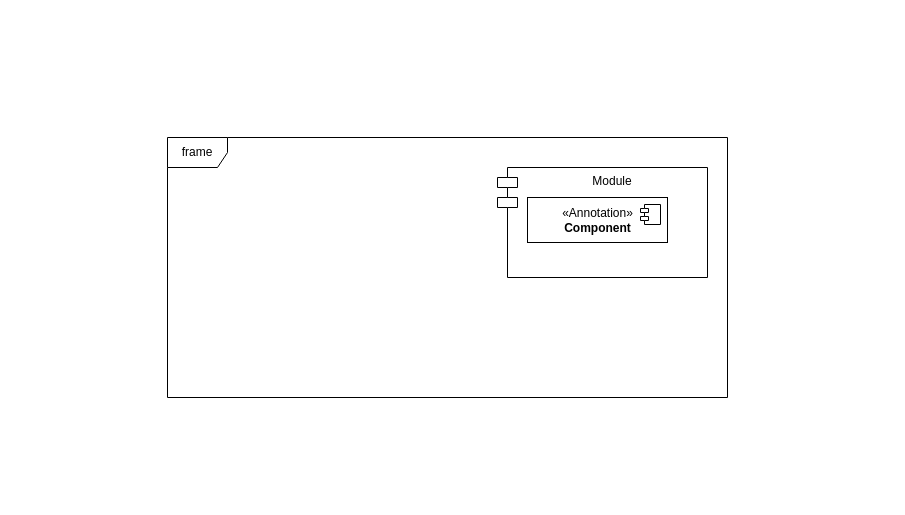
Above: Untitled Diagram.drawio in gg2herry/drawio (draw.io), before the change. Source tidied: cells renumbered, new cells numbered last; positions are measured from the earlier drawing's top-left corner, leaving out a move shared by most shapes. Both pictures are drawn from the tidied source at 100%, with x=0, y=0 at pixel (167, 137).
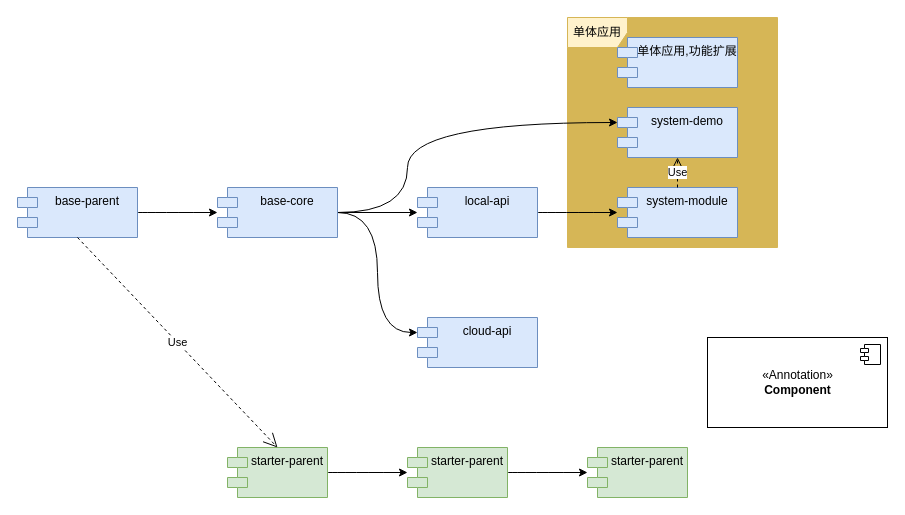
After the change.

What changed in the source:
```diff
@@
+    <mxCell id="6" value="单体应用" style="shape=umlFrame;whiteSpace=wrap;html=1;fillColor=#fff2cc;strokeColor=#d6b656;shadow=0;perimeterSpacing=0;swimlaneFillColor=#D6B656;" parent="1" vertex="1">
+      <mxGeometry x="400" y="-120" width="210" height="230" as="geometry" />
+    </mxCell>
+    <mxCell id="7" style="edgeStyle=orthogonalEdgeStyle;rounded=0;jettySize=auto;html=1;" parent="1" edge="1" source="2" target="9">
+      <mxGeometry relative="1" as="geometry" />
+    </mxCell>
+    <mxCell id="8" style="edgeStyle=orthogonalEdgeStyle;curved=1;rounded=0;jettySize=auto;html=1;" parent="1" edge="1" source="9" target="14">
+      <mxGeometry relative="1" as="geometry" />
+    </mxCell>
+    <mxCell id="9" value="local-api" style="shape=module;align=left;spacingLeft=20;align=center;verticalAlign=top;fillColor=#dae8fc;strokeColor=#6c8ebf;" parent="1" vertex="1">
+      <mxGeometry x="250" y="50" width="120" height="50" as="geometry" />
+    </mxCell>
+    <mxCell id="10" value="cloud-api" style="shape=module;align=left;spacingLeft=20;align=center;verticalAlign=top;fillColor=#dae8fc;strokeColor=#6c8ebf;" parent="1" vertex="1">
+      <mxGeometry x="250" y="180" width="120" height="50" as="geometry" />
+    </mxCell>
+    <mxCell id="11" value="system-demo" style="shape=module;align=left;spacingLeft=20;align=center;verticalAlign=top;fillColor=#dae8fc;strokeColor=#6c8ebf;" parent="1" vertex="1">
+      <mxGeometry x="450" y="-30" width="120" height="50" as="geometry" />
+    </mxCell>
+    <mxCell id="12" style="edgeStyle=orthogonalEdgeStyle;curved=1;rounded=0;jettySize=auto;html=1;entryX=0;entryY=0;entryDx=0;entryDy=15;entryPerimeter=0;" parent="1" edge="1" source="2" target="10">
+      <mxGeometry relative="1" as="geometry" />
+    </mxCell>
+    <mxCell id="13" style="edgeStyle=orthogonalEdgeStyle;curved=1;rounded=0;jettySize=auto;html=1;entryX=0;entryY=0;entryDx=0;entryDy=15;entryPerimeter=0;" parent="1" edge="1" source="2" target="11">
+      <mxGeometry relative="1" as="geometry">
+        <Array as="points">
+          <mxPoint x="240" y="75" />
+          <mxPoint x="240" y="-15" />
+        </Array>
+      </mxGeometry>
+    </mxCell>
-    <mxCell id="2" value="Module" style="shape=module;align=left;spacingLeft=20;align=center;verticalAlign=top;" parent="1" vertex="1">
-      <mxGeometry x="330" y="30" width="210" height="110" as="geometry" />
+    <mxCell id="2" value="base-core" style="shape=module;align=left;spacingLeft=20;align=center;verticalAlign=top;fillColor=#dae8fc;strokeColor=#6c8ebf;" parent="1" vertex="1">
+      <mxGeometry x="50" y="50" width="120" height="50" as="geometry" />
     </mxCell>
-    <mxCell id="3" value="frame" style="shape=umlFrame;whiteSpace=wrap;html=1;" parent="1" vertex="1">
-      <mxGeometry width="560" height="260" as="geometry" />
-    </mxCell>
+    <mxCell id="14" value="system-module" style="shape=module;align=left;spacingLeft=20;align=center;verticalAlign=top;fillColor=#dae8fc;strokeColor=#6c8ebf;" parent="1" vertex="1">
+      <mxGeometry x="450" y="50" width="120" height="50" as="geometry" />
+    </mxCell>
+    <mxCell id="15" value="单体应用,功能扩展" style="shape=module;align=left;spacingLeft=20;align=center;verticalAlign=top;fillColor=#dae8fc;strokeColor=#6c8ebf;" parent="1" vertex="1">
+      <mxGeometry x="450" y="-100" width="120" height="50" as="geometry" />
+    </mxCell>
+    <mxCell id="16" value="Use" style="endArrow=open;endSize=12;dashed=1;html=1;exitX=0.5;exitY=0;exitDx=0;exitDy=0;" parent="1" edge="1" source="14" target="11">
+      <mxGeometry relative="1" as="geometry" />
+    </mxCell>
+    <mxCell id="17" style="edgeStyle=orthogonalEdgeStyle;curved=1;rounded=0;jettySize=auto;html=1;" parent="1" edge="1" source="18" target="20">
+      <mxGeometry relative="1" as="geometry" />
+    </mxCell>
+    <mxCell id="18" value="starter-parent" style="shape=module;align=left;spacingLeft=20;align=center;verticalAlign=top;shadow=0;fillColor=#d5e8d4;strokeColor=#82b366;" parent="1" vertex="1">
+      <mxGeometry x="60" y="310" width="100" height="50" as="geometry" />
+    </mxCell>
+    <mxCell id="19" style="edgeStyle=orthogonalEdgeStyle;curved=1;rounded=0;jettySize=auto;html=1;" parent="1" edge="1" source="20" target="23">
+      <mxGeometry relative="1" as="geometry" />
+    </mxCell>
+    <mxCell id="20" value="starter-parent" style="shape=module;align=left;spacingLeft=20;align=center;verticalAlign=top;shadow=0;fillColor=#d5e8d4;strokeColor=#82b366;" parent="1" vertex="1">
+      <mxGeometry x="240" y="310" width="100" height="50" as="geometry" />
+    </mxCell>
+    <mxCell id="21" style="edgeStyle=orthogonalEdgeStyle;curved=1;rounded=0;jettySize=auto;html=1;entryX=0;entryY=0.5;entryDx=0;entryDy=0;entryPerimeter=0;" parent="1" edge="1" source="22" target="2">
+      <mxGeometry relative="1" as="geometry" />
+    </mxCell>
+    <mxCell id="22" value="base-parent" style="shape=module;align=left;spacingLeft=20;align=center;verticalAlign=top;fillColor=#dae8fc;strokeColor=#6c8ebf;" parent="1" vertex="1">
+      <mxGeometry x="-150" y="50" width="120" height="50" as="geometry" />
+    </mxCell>
+    <mxCell id="23" value="starter-parent" style="shape=module;align=left;spacingLeft=20;align=center;verticalAlign=top;shadow=0;fillColor=#d5e8d4;strokeColor=#82b366;" parent="1" vertex="1">
+      <mxGeometry x="420" y="310" width="100" height="50" as="geometry" />
+    </mxCell>
+    <mxCell id="24" value="Use" style="endArrow=open;endSize=12;dashed=1;html=1;exitX=0.5;exitY=1;exitDx=0;exitDy=0;entryX=0.5;entryY=0;entryDx=0;entryDy=0;" parent="1" edge="1" source="22" target="18">
+      <mxGeometry relative="1" as="geometry" />
+    </mxCell>
-    <mxCell id="4" value="&amp;laquo;Annotation&amp;raquo;&lt;br/&gt;&lt;b&gt;Component&lt;/b&gt;" style="html=1;" parent="1" vertex="1">
-      <mxGeometry x="360" y="60" width="140" height="45" as="geometry" />
+    <mxCell id="4" value="&amp;laquo;Annotation&amp;raquo;&lt;br/&gt;&lt;b&gt;Component&lt;/b&gt;" style="html=1;shadow=0;gradientColor=none;" parent="1" vertex="1">
+      <mxGeometry x="540" y="200" width="180" height="90" as="geometry" />
     </mxCell>
-    <mxCell id="5" style="shape=module;jettyWidth=8;jettyHeight=4;" parent="4" vertex="1">
-      <mxGeometry x="1" width="20" height="20" relative="1" as="geometry">
-        <mxPoint x="-27" y="7" as="offset" />
-      </mxGeometry>
-    </mxCell>
+    <mxCell id="25" style="shape=module;jettyWidth=8;jettyHeight=4;" parent="4" vertex="1">
+      <mxGeometry x="1" width="20" height="20" relative="1" as="geometry">
+        <mxPoint x="-27" y="7" as="offset" />
+      </mxGeometry>
+    </mxCell>
```
